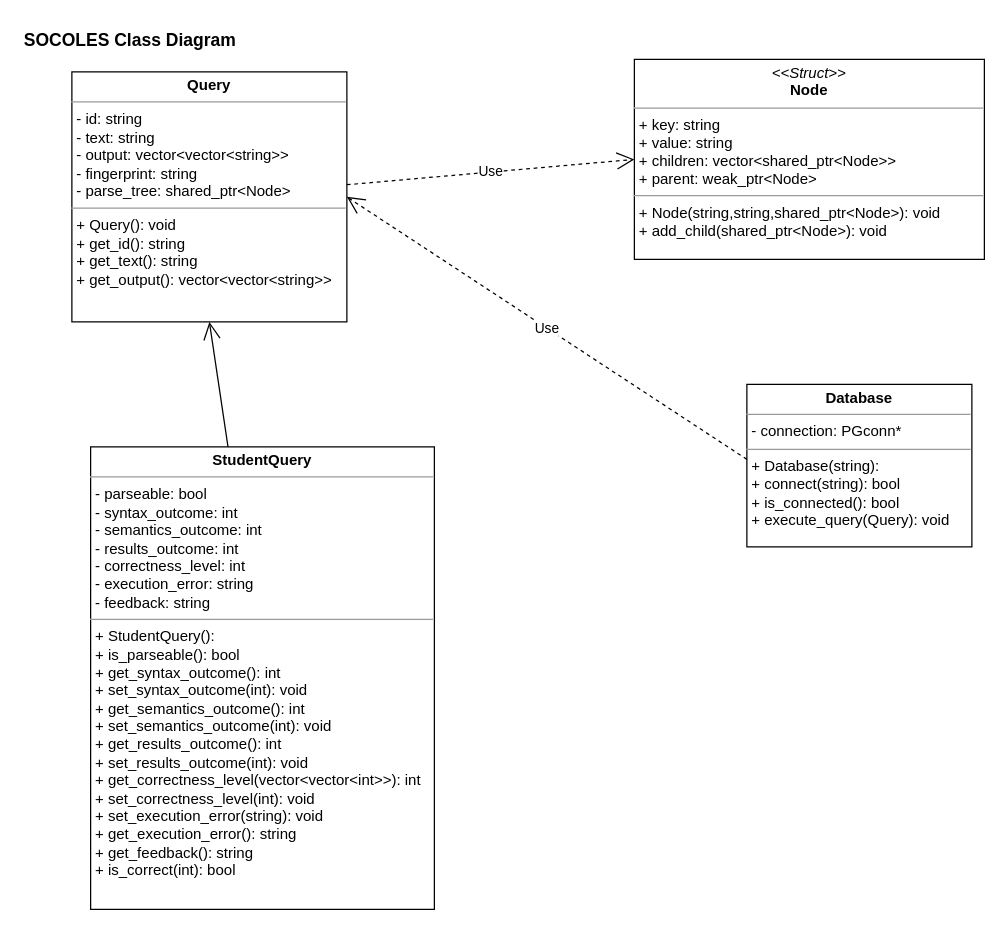
This is page "class_diagram" (9 of 9) of uml.drawio from berniegach/uml_socoles, a draw.io file, before an edit. Source tidied: cells renumbered, new cells numbered last; positions are measured from the earlier drawing's top-left corner, leaving out a move shared by most shapes. Both pictures are drawn from the tidied source at 125%, with x=0, y=0 at pixel (21, 21).
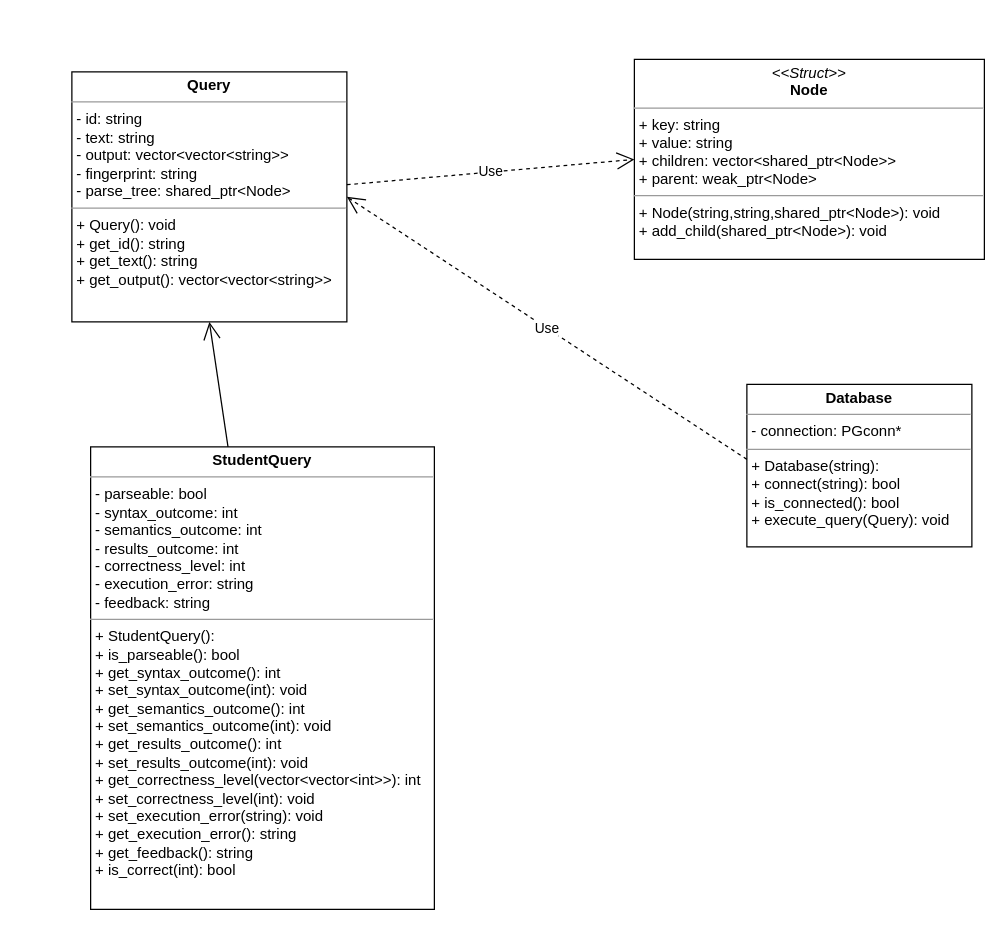
The same page after the edit.

What changed in the source:
```diff
@@
 <mxGraphModel>
   <root>
     <mxCell id="0" />
     <mxCell id="1" parent="0" />
-    <mxCell id="2" value="&lt;div style=&quot;&quot;&gt;&lt;span style=&quot;background-color: initial;&quot;&gt;SOCOLES Class Diagram&lt;/span&gt;&lt;/div&gt;" style="text;html=1;strokeColor=none;fillColor=none;align=left;verticalAlign=middle;whiteSpace=wrap;rounded=0;fontStyle=1;fontSize=14;" parent="1" vertex="1">
-      <mxGeometry width="220" height="30" as="geometry" />
-    </mxCell>
     <mxCell id="3" value="&lt;p style=&quot;margin:0px;margin-top:4px;text-align:center;&quot;&gt;&lt;b&gt;Query&lt;/b&gt;&lt;/p&gt;&lt;hr size=&quot;1&quot;&gt;&lt;p style=&quot;margin:0px;margin-left:4px;&quot;&gt;- id: string&lt;/p&gt;&lt;p style=&quot;margin:0px;margin-left:4px;&quot;&gt;- text: string&lt;/p&gt;&lt;p style=&quot;margin:0px;margin-left:4px;&quot;&gt;- output: vector&amp;lt;vector&amp;lt;string&amp;gt;&amp;gt;&lt;/p&gt;&lt;p style=&quot;margin:0px;margin-left:4px;&quot;&gt;- fingerprint: string&lt;/p&gt;&lt;p style=&quot;margin:0px;margin-left:4px;&quot;&gt;- parse_tree: shared_ptr&amp;lt;Node&amp;gt;&lt;/p&gt;&lt;hr size=&quot;1&quot;&gt;&lt;p style=&quot;margin:0px;margin-left:4px;&quot;&gt;+ Query(): void&lt;/p&gt;&lt;p style=&quot;margin:0px;margin-left:4px;&quot;&gt;+ get_id(): string&lt;/p&gt;&lt;p style=&quot;margin:0px;margin-left:4px;&quot;&gt;+ get_text(): string&lt;/p&gt;&lt;p style=&quot;margin:0px;margin-left:4px;&quot;&gt;+ get_output(): vector&amp;lt;vector&amp;lt;string&amp;gt;&amp;gt;&lt;/p&gt;" style="verticalAlign=top;align=left;overflow=fill;fontSize=12;fontFamily=Helvetica;html=1;whiteSpace=wrap;" parent="1" vertex="1">
       <mxGeometry x="40" y="40" width="220" height="200" as="geometry" />
     </mxCell>
     <mxCell id="4" value="&lt;p style=&quot;margin:0px;margin-top:4px;text-align:center;&quot;&gt;&lt;b&gt;StudentQuery&lt;/b&gt;&lt;/p&gt;&lt;hr size=&quot;1&quot;&gt;&lt;p style=&quot;margin:0px;margin-left:4px;&quot;&gt;- parseable: bool&lt;/p&gt;&lt;p style=&quot;margin:0px;margin-left:4px;&quot;&gt;- syntax_outcome: int&lt;/p&gt;&lt;p style=&quot;margin:0px;margin-left:4px;&quot;&gt;- semantics_outcome: int&lt;/p&gt;&lt;p style=&quot;margin:0px;margin-left:4px;&quot;&gt;- results_outcome: int&lt;/p&gt;&lt;p style=&quot;margin:0px;margin-left:4px;&quot;&gt;- correctness_level: int&lt;/p&gt;&lt;p style=&quot;margin:0px;margin-left:4px;&quot;&gt;- execution_error: string&lt;/p&gt;&lt;p style=&quot;margin:0px;margin-left:4px;&quot;&gt;- feedback: string&lt;/p&gt;&lt;hr size=&quot;1&quot;&gt;&lt;p style=&quot;margin:0px;margin-left:4px;&quot;&gt;+ StudentQuery():&amp;nbsp;&lt;/p&gt;&lt;p style=&quot;margin:0px;margin-left:4px;&quot;&gt;+ is_parseable(): bool&lt;/p&gt;&lt;p style=&quot;margin:0px;margin-left:4px;&quot;&gt;+ get_syntax_outcome(): int&lt;/p&gt;&lt;p style=&quot;margin:0px;margin-left:4px;&quot;&gt;+ set_syntax_outcome(int): void&lt;/p&gt;&lt;p style=&quot;margin:0px;margin-left:4px;&quot;&gt;+ get_semantics_outcome(): int&lt;/p&gt;&lt;p style=&quot;margin:0px;margin-left:4px;&quot;&gt;+ set_semantics_outcome(int): void&lt;/p&gt;&lt;p style=&quot;margin:0px;margin-left:4px;&quot;&gt;+ get_results_outcome(): int&lt;/p&gt;&lt;p style=&quot;margin:0px;margin-left:4px;&quot;&gt;+ set_results_outcome(int): void&lt;/p&gt;&lt;p style=&quot;margin:0px;margin-left:4px;&quot;&gt;+ get_correctness_level(vector&amp;lt;vector&amp;lt;int&amp;gt;&amp;gt;): int&lt;/p&gt;&lt;p style=&quot;margin:0px;margin-left:4px;&quot;&gt;+ set_correctness_level(int): void&amp;nbsp;&lt;/p&gt;&lt;p style=&quot;margin:0px;margin-left:4px;&quot;&gt;+ set_execution_error(string): void&lt;/p&gt;&lt;p style=&quot;margin:0px;margin-left:4px;&quot;&gt;+ get_execution_error(): string&lt;/p&gt;&lt;p style=&quot;margin:0px;margin-left:4px;&quot;&gt;+ get_feedback(): string&lt;/p&gt;&lt;p style=&quot;margin:0px;margin-left:4px;&quot;&gt;+ is_correct(int): bool&lt;/p&gt;" style="verticalAlign=top;align=left;overflow=fill;fontSize=12;fontFamily=Helvetica;html=1;whiteSpace=wrap;" parent="1" vertex="1">
       <mxGeometry x="55" y="340" width="275" height="370" as="geometry" />
     </mxCell>
     <mxCell id="5" value="&lt;p style=&quot;margin:0px;margin-top:4px;text-align:center;&quot;&gt;&lt;i&gt;&amp;lt;&amp;lt;Struct&amp;gt;&amp;gt;&lt;/i&gt;&lt;br&gt;&lt;b&gt;Node&lt;/b&gt;&lt;/p&gt;&lt;hr size=&quot;1&quot;&gt;&lt;p style=&quot;margin:0px;margin-left:4px;&quot;&gt;+ key: string&lt;br&gt;+ value: string&lt;/p&gt;&lt;p style=&quot;margin:0px;margin-left:4px;&quot;&gt;+ children: vector&amp;lt;shared_ptr&amp;lt;Node&amp;gt;&amp;gt;&lt;/p&gt;&lt;p style=&quot;margin:0px;margin-left:4px;&quot;&gt;+ parent: weak_ptr&amp;lt;Node&amp;gt;&lt;/p&gt;&lt;hr size=&quot;1&quot;&gt;&lt;p style=&quot;margin:0px;margin-left:4px;&quot;&gt;+ Node(string,string,shared_ptr&amp;lt;Node&amp;gt;): void&lt;br&gt;+ add_child(shared_ptr&amp;lt;Node&amp;gt;): void&lt;/p&gt;" style="verticalAlign=top;align=left;overflow=fill;fontSize=12;fontFamily=Helvetica;html=1;whiteSpace=wrap;" parent="1" vertex="1">
       <mxGeometry x="490" y="30" width="280" height="160" as="geometry" />
     </mxCell>
     <mxCell id="6" value="Use" style="endArrow=open;endSize=12;dashed=1;html=1;rounded=0;entryX=0;entryY=0.5;entryDx=0;entryDy=0;" parent="1" edge="1" source="3" target="5">
       <mxGeometry relative="1" as="geometry" />
     </mxCell>
     <mxCell id="7" style="endArrow=open;endFill=1;endSize=12;html=1;rounded=0;entryX=0.5;entryY=1;entryDx=0;entryDy=0;" parent="1" edge="1" source="4" target="3">
       <mxGeometry relative="1" as="geometry" />
     </mxCell>
     <mxCell id="8" value="&lt;p style=&quot;margin:0px;margin-top:4px;text-align:center;&quot;&gt;&lt;b&gt;Database&lt;/b&gt;&lt;/p&gt;&lt;hr size=&quot;1&quot;&gt;&lt;p style=&quot;margin:0px;margin-left:4px;&quot;&gt;- connection: PGconn*&lt;/p&gt;&lt;hr size=&quot;1&quot;&gt;&lt;p style=&quot;margin:0px;margin-left:4px;&quot;&gt;+ Database(string):&amp;nbsp;&lt;/p&gt;&lt;p style=&quot;margin:0px;margin-left:4px;&quot;&gt;+ connect(string): bool&lt;/p&gt;&lt;p style=&quot;margin:0px;margin-left:4px;&quot;&gt;+ is_connected(): bool&lt;/p&gt;&lt;p style=&quot;margin:0px;margin-left:4px;&quot;&gt;+ execute_query(Query): void&lt;/p&gt;" style="verticalAlign=top;align=left;overflow=fill;fontSize=12;fontFamily=Helvetica;html=1;whiteSpace=wrap;" parent="1" vertex="1">
       <mxGeometry x="580" y="290" width="180" height="130" as="geometry" />
     </mxCell>
     <mxCell id="9" value="Use" style="endArrow=open;endSize=12;dashed=1;html=1;rounded=0;entryX=1;entryY=0.5;entryDx=0;entryDy=0;" parent="1" edge="1" target="3">
       <mxGeometry relative="1" as="geometry">
         <mxPoint x="580" y="350" as="sourcePoint" />
       </mxGeometry>
     </mxCell>
   </root>
 </mxGraphModel>
```
